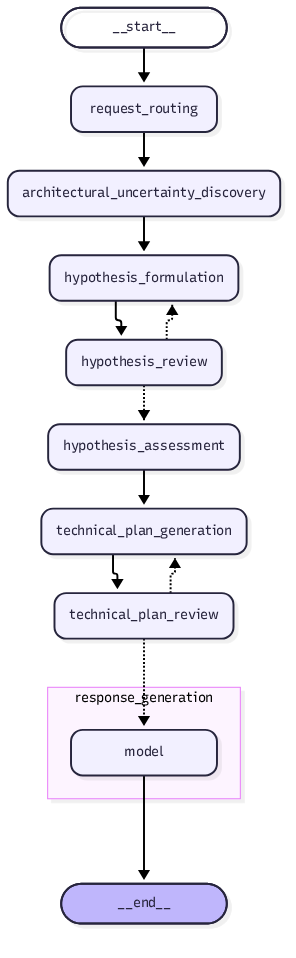
This is docs/architecture/archhypo-flow-agent.png from archhypo-ai/archflow-solo, a Mermaid export, as it was before one commit. Its source is kept beside it as docs/architecture/archhypo-flow-agent.mmd.
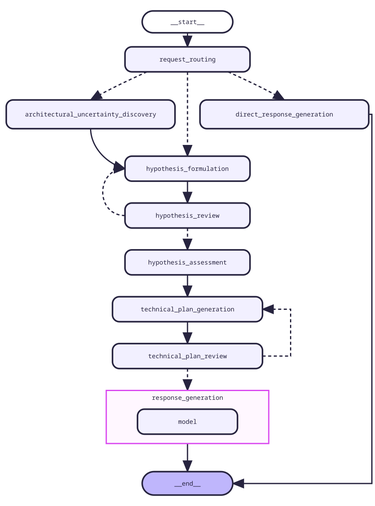
After the change.

Change to the diagram source:
```diff
@@ -6,6 +6,7 @@
 graph TD;
 	__start__([<p>__start__</p>]):::first
 	request_routing(request_routing)
+	direct_response_generation(direct_response_generation)
 	architectural_uncertainty_discovery(architectural_uncertainty_discovery)
 	hypothesis_formulation(hypothesis_formulation)
 	hypothesis_assessment(hypothesis_assessment)
@@ -19,10 +20,13 @@
 	hypothesis_formulation --> hypothesis_review;
 	hypothesis_review -.-> hypothesis_assessment;
 	hypothesis_review -.-> hypothesis_formulation;
-	request_routing --> architectural_uncertainty_discovery;
+	request_routing -.-> architectural_uncertainty_discovery;
+	request_routing -.-> direct_response_generation;
+	request_routing -.-> hypothesis_formulation;
 	technical_plan_generation --> technical_plan_review;
 	technical_plan_review -.-> response_generation\3amodel;
 	technical_plan_review -.-> technical_plan_generation;
+	direct_response_generation --> __end__;
 	response_generation\3amodel --> __end__;
 	subgraph response_generation
 	response_generation\3amodel(model)
```
